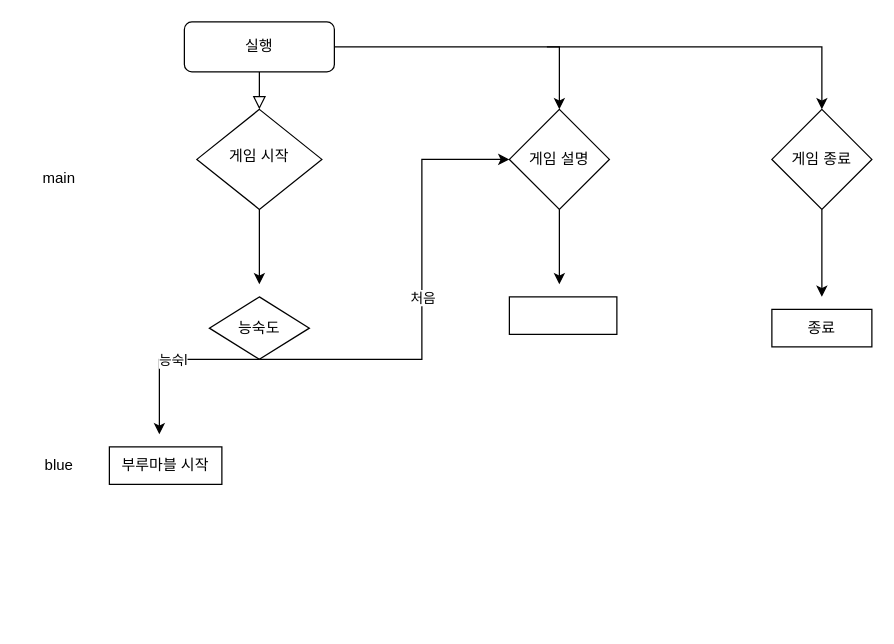
This is Untitled Diagram.drawio from tomatozoo/tomato_pygame_code, a draw.io file, before an edit. Source tidied: cells renumbered, new cells numbered last; positions are measured from the earlier drawing's top-left corner, leaving out a move shared by most shapes. Both pictures are drawn from the tidied source at 125%, with x=0, y=0 at pixel (21, 21).
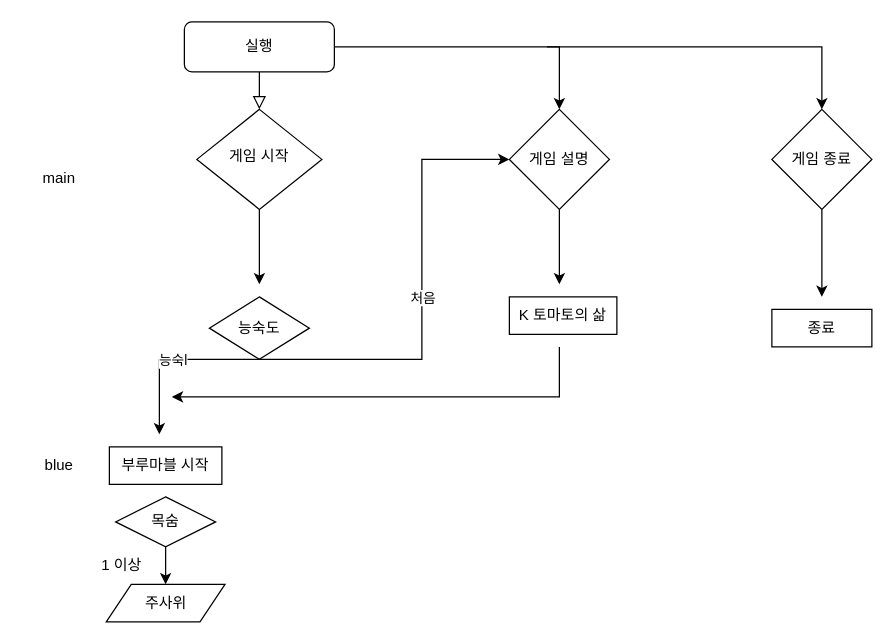
The same page after the edit.

What changed in the source:
```diff
@@
-    <mxCell id="20" style="rounded=0;whiteSpace=wrap;html=1;" parent="1" vertex="1">
+    <mxCell id="20" value="K 토마토의 삶" style="rounded=0;whiteSpace=wrap;html=1;" parent="1" vertex="1">
       <mxGeometry x="390" y="220" width="86" height="30" as="geometry" />
     </mxCell>
@@
+    <mxCell id="22" value="목숨" style="rhombus;whiteSpace=wrap;html=1;" parent="1" vertex="1">
+      <mxGeometry x="75" y="380" width="80" height="40" as="geometry" />
+    </mxCell>
+    <mxCell id="23" style="endArrow=classic;html=1;rounded=0;" parent="1" edge="1">
+      <mxGeometry relative="1" as="geometry">
+        <mxPoint x="430" y="260" as="sourcePoint" />
+        <mxPoint x="120" y="300" as="targetPoint" />
+        <Array as="points">
+          <mxPoint x="430" y="300" />
+        </Array>
+      </mxGeometry>
+    </mxCell>
+    <mxCell id="24" style="endArrow=classic;html=1;rounded=0;exitX=0.5;exitY=1;exitDx=0;exitDy=0;" parent="1" edge="1" source="22">
+      <mxGeometry relative="1" as="geometry">
+        <mxPoint x="115" y="450" as="targetPoint" />
+      </mxGeometry>
+    </mxCell>
+    <mxCell id="25" value="1 이상" style="text;html=1;strokeColor=none;fillColor=none;align=center;verticalAlign=middle;whiteSpace=wrap;rounded=0;" parent="1" vertex="1">
+      <mxGeometry x="50" y="420" width="60" height="30" as="geometry" />
+    </mxCell>
+    <mxCell id="26" value="주사위" style="shape=parallelogram;perimeter=parallelogramPerimeter;whiteSpace=wrap;html=1;fixedSize=1;" parent="1" vertex="1">
+      <mxGeometry x="67.5" y="450" width="95" height="30" as="geometry" />
+    </mxCell>
```
